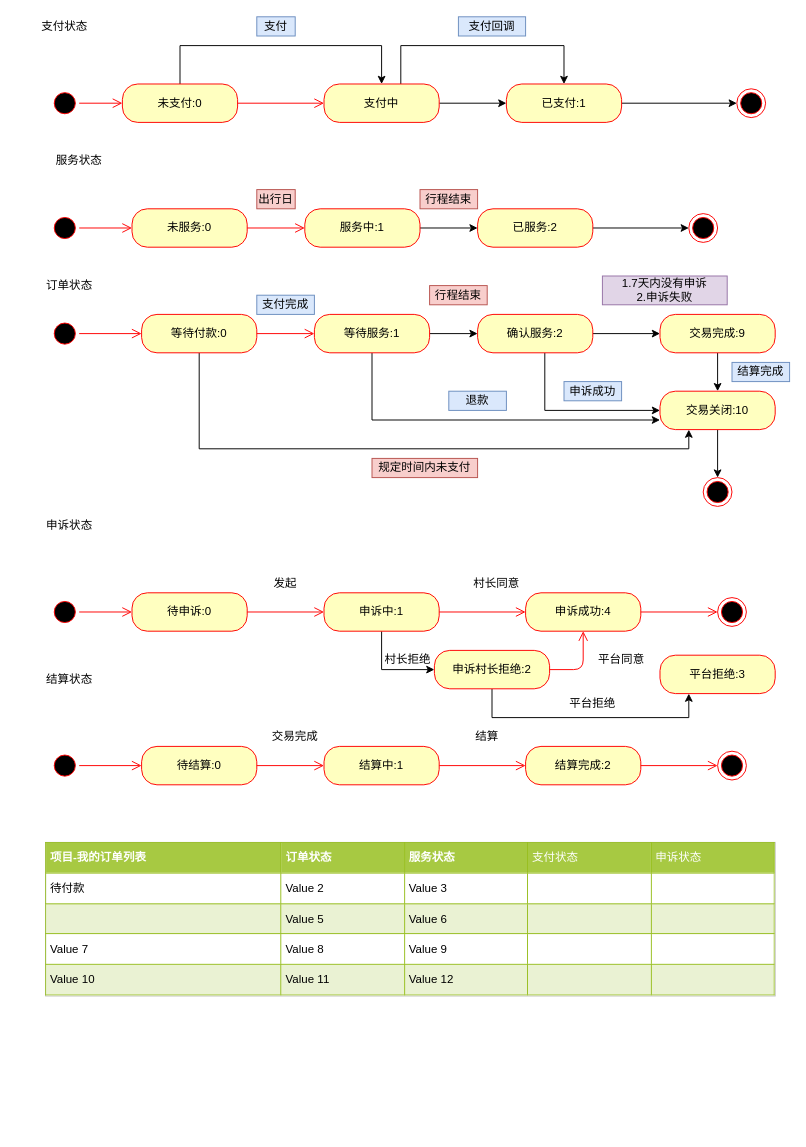
Before: page "新订单状态" (9 of 9) of 码上趣.drawio in JhonShi/mashangqu, a draw.io diagram. Source tidied: cells renumbered, new cells numbered last; positions are measured from the earlier drawing's top-left corner, leaving out a move shared by most shapes. Both pictures are drawn from the tidied source at 96%, with x=0, y=0 at pixel (16, 16).
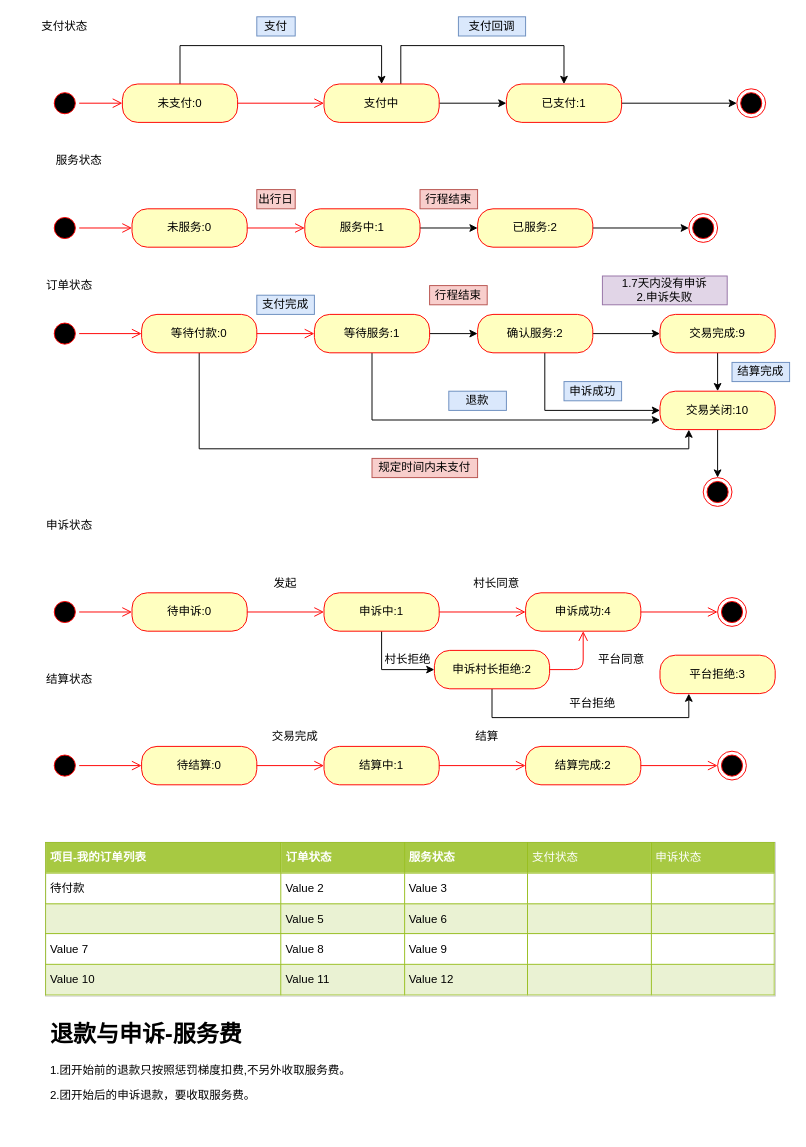
The same page after the edit.

Commit message:
更新码上趣.drawio

Diff of the diagram source:
```diff
@@
+    <mxCell id="85" value="&lt;h1&gt;退款与申诉-服务费&lt;/h1&gt;&lt;p&gt;1.团开始前的退款只按照惩罚梯度扣费,不另外收取服务费。&lt;/p&gt;&lt;p&gt;2.团开始后的申诉退款，要收取服务费。&lt;/p&gt;" style="text;html=1;strokeColor=none;fillColor=none;spacing=5;spacingTop=-20;whiteSpace=wrap;overflow=hidden;rounded=0;" parent="1" vertex="1">
+      <mxGeometry x="30" y="1040" width="700" height="120" as="geometry" />
+    </mxCell>
```
